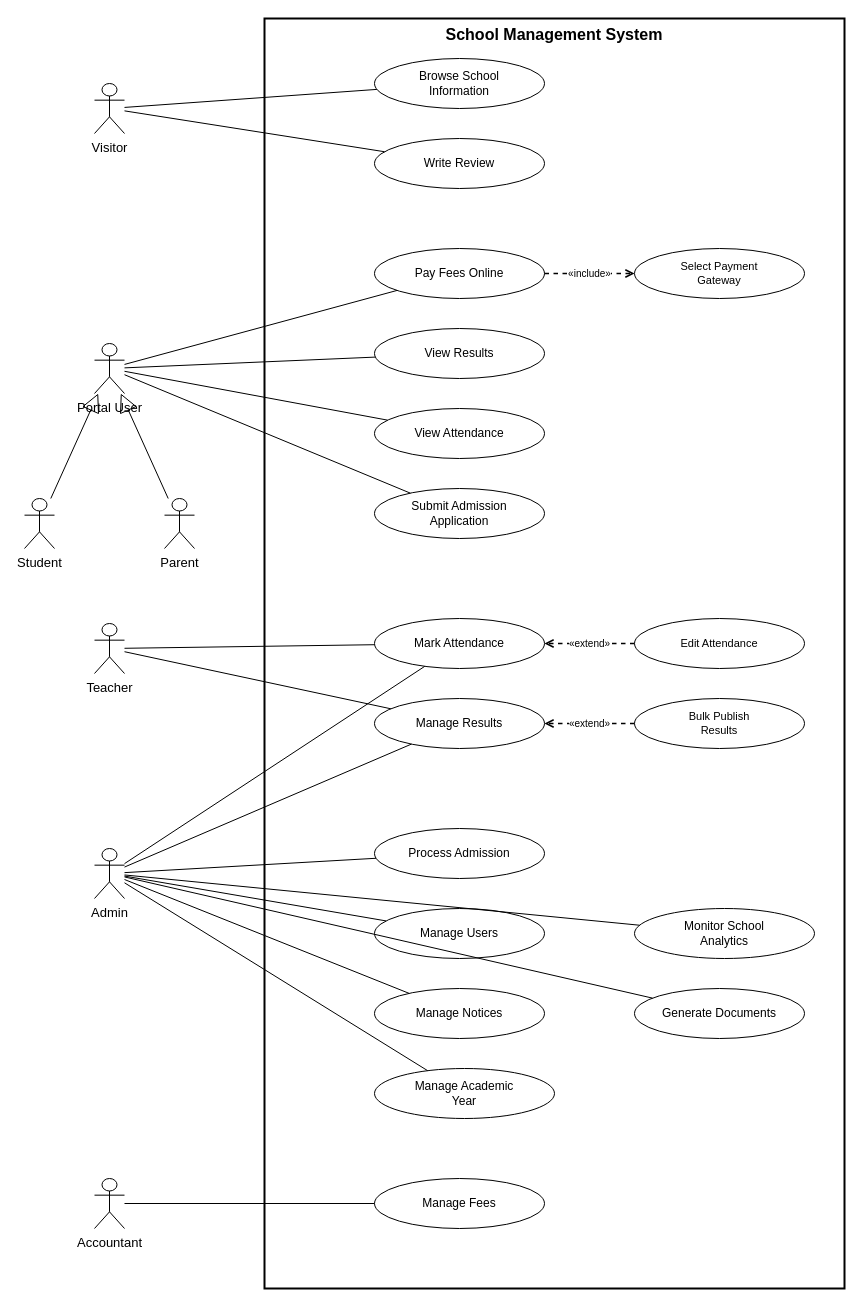
Above: design/use-case-diagram.drawio in blissed-out/cse_220_week_8 (draw.io), before the change. Source tidied: cells renumbered, new cells numbered last; positions are measured from the earlier drawing's top-left corner, leaving out a move shared by most shapes. Both pictures are drawn from the tidied source at 100%, with x=0, y=0 at pixel (24, 18).
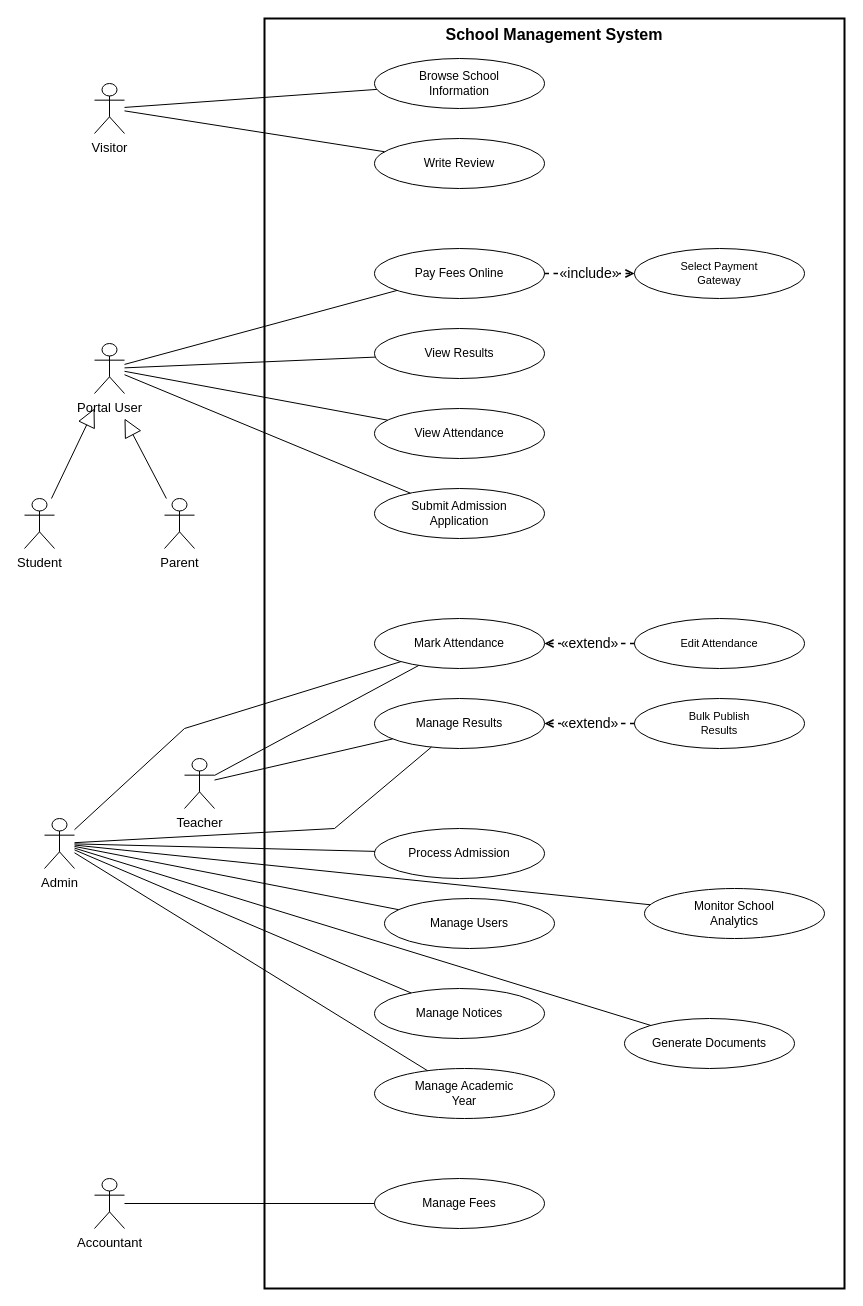
The same diagram, later.

Commit message:
fix: use case diagram addition of exclude include

Unchanged cells that the change refers to:
```xml
<mxCell id="4" value="Portal User" style="shape=umlActor;verticalLabelPosition=bottom;verticalAlign=top;html=1;outlineConnect=0;fontSize=13;strokeColor=#000000;fontColor=#000000;" parent="1" vertex="1">
  <mxGeometry x="70" y="325" width="30" height="50" as="geometry" />
</mxCell>
<mxCell id="5" value="Student" style="shape=umlActor;verticalLabelPosition=bottom;verticalAlign=top;html=1;outlineConnect=0;fontSize=13;strokeColor=#000000;fontColor=#000000;" parent="1" vertex="1">
  <mxGeometry y="480" width="30" height="50" as="geometry" />
</mxCell>
<mxCell id="6" value="Parent" style="shape=umlActor;verticalLabelPosition=bottom;verticalAlign=top;html=1;outlineConnect=0;fontSize=13;strokeColor=#000000;fontColor=#000000;" parent="1" vertex="1">
  <mxGeometry x="140" y="480" width="30" height="50" as="geometry" />
</mxCell>
<mxCell id="12" value="Pay Fees Online" style="ellipse;shape=ellipse;html=1;fillColor=#ffffff;strokeColor=#000000;fontSize=12;whiteSpace=wrap;fontColor=#000000;" parent="1" vertex="1">
  <mxGeometry x="350" y="230" width="170" height="50" as="geometry" />
</mxCell>
<mxCell id="16" value="Mark Attendance" style="ellipse;shape=ellipse;html=1;fillColor=#ffffff;strokeColor=#000000;fontSize=12;whiteSpace=wrap;fontColor=#000000;" parent="1" vertex="1">
  <mxGeometry x="350" y="600" width="170" height="50" as="geometry" />
</mxCell>
<mxCell id="17" value="Manage Results" style="ellipse;shape=ellipse;html=1;fillColor=#ffffff;strokeColor=#000000;fontSize=12;whiteSpace=wrap;fontColor=#000000;" parent="1" vertex="1">
  <mxGeometry x="350" y="680" width="170" height="50" as="geometry" />
</mxCell>
<mxCell id="25" value="Select Payment&#10;Gateway" style="ellipse;shape=ellipse;html=1;fillColor=#ffffff;strokeColor=#000000;fontSize=11;whiteSpace=wrap;fontColor=#000000;" parent="1" vertex="1">
  <mxGeometry x="610" y="230" width="170" height="50" as="geometry" />
</mxCell>
<mxCell id="26" value="Edit Attendance" style="ellipse;shape=ellipse;html=1;fillColor=#ffffff;strokeColor=#000000;fontSize=11;whiteSpace=wrap;fontColor=#000000;" parent="1" vertex="1">
  <mxGeometry x="610" y="600" width="170" height="50" as="geometry" />
</mxCell>
<mxCell id="27" value="Bulk Publish&#10;Results" style="ellipse;shape=ellipse;html=1;fillColor=#ffffff;strokeColor=#000000;fontSize=11;whiteSpace=wrap;fontColor=#000000;" parent="1" vertex="1">
  <mxGeometry x="610" y="680" width="170" height="50" as="geometry" />
</mxCell>
```

What changed in the source:
```diff
@@
     <mxCell id="7" value="Teacher" style="shape=umlActor;verticalLabelPosition=bottom;verticalAlign=top;html=1;outlineConnect=0;fontSize=13;strokeColor=#000000;fontColor=#000000;" parent="1" vertex="1">
-      <mxGeometry x="70" y="605" width="30" height="50" as="geometry" />
+      <mxGeometry x="160" y="740" width="30" height="50" as="geometry" />
     </mxCell>
     <mxCell id="8" value="Admin" style="shape=umlActor;verticalLabelPosition=bottom;verticalAlign=top;html=1;outlineConnect=0;fontSize=13;strokeColor=#000000;fontColor=#000000;" parent="1" vertex="1">
-      <mxGeometry x="70" y="830" width="30" height="50" as="geometry" />
+      <mxGeometry x="20" y="800" width="30" height="50" as="geometry" />
     </mxCell>
@@
     <mxCell id="19" value="Manage Users" style="ellipse;shape=ellipse;html=1;fillColor=#ffffff;strokeColor=#000000;fontSize=12;whiteSpace=wrap;fontColor=#000000;" parent="1" vertex="1">
-      <mxGeometry x="350" y="890" width="170" height="50" as="geometry" />
+      <mxGeometry x="360" y="880" width="170" height="50" as="geometry" />
     </mxCell>
@@
     <mxCell id="22" value="Monitor School&#10;Analytics" style="ellipse;shape=ellipse;html=1;fillColor=#ffffff;strokeColor=#000000;fontSize=12;whiteSpace=wrap;fontColor=#000000;" parent="1" vertex="1">
-      <mxGeometry x="610" y="890" width="180" height="50" as="geometry" />
+      <mxGeometry x="620" y="870" width="180" height="50" as="geometry" />
     </mxCell>
     <mxCell id="23" value="Generate Documents" style="ellipse;shape=ellipse;html=1;fillColor=#ffffff;strokeColor=#000000;fontSize=12;whiteSpace=wrap;fontColor=#000000;" parent="1" vertex="1">
-      <mxGeometry x="610" y="970" width="170" height="50" as="geometry" />
+      <mxGeometry x="600" y="1000" width="170" height="50" as="geometry" />
     </mxCell>
@@
-    <mxCell id="34" style="rounded=0;jettySize=auto;html=1;endArrow=block;endFill=0;endSize=16;strokeColor=#000000;" parent="1" edge="1" source="5" target="4">
-      <mxGeometry relative="1" as="geometry" />
+    <mxCell id="34" style="rounded=0;jettySize=auto;html=1;endArrow=block;endFill=0;endSize=16;strokeColor=#000000;" parent="1" edge="1" source="5">
+      <mxGeometry relative="1" as="geometry">
+        <mxPoint x="70" y="390" as="targetPoint" />
+      </mxGeometry>
     </mxCell>
-    <mxCell id="35" style="rounded=0;jettySize=auto;html=1;endArrow=block;endFill=0;endSize=16;strokeColor=#000000;" parent="1" edge="1" source="6" target="4">
-      <mxGeometry relative="1" as="geometry" />
+    <mxCell id="35" style="rounded=0;jettySize=auto;html=1;endArrow=block;endFill=0;endSize=16;strokeColor=#000000;" parent="1" edge="1" source="6">
+      <mxGeometry relative="1" as="geometry">
+        <mxPoint x="100" y="400" as="targetPoint" />
+      </mxGeometry>
     </mxCell>
@@
     <mxCell id="38" style="rounded=0;jettySize=auto;html=1;endArrow=none;endFill=0;strokeColor=#000000;" parent="1" edge="1" source="8" target="16">
-      <mxGeometry relative="1" as="geometry" />
+      <mxGeometry relative="1" as="geometry">
+        <Array as="points">
+          <mxPoint x="160" y="710" />
+        </Array>
+      </mxGeometry>
     </mxCell>
     <mxCell id="39" style="rounded=0;jettySize=auto;html=1;endArrow=none;endFill=0;strokeColor=#000000;" parent="1" edge="1" source="8" target="17">
-      <mxGeometry relative="1" as="geometry" />
+      <mxGeometry relative="1" as="geometry">
+        <Array as="points">
+          <mxPoint x="310" y="810" />
+        </Array>
+      </mxGeometry>
     </mxCell>
@@
-    <mxCell id="47" value="«include»" style="html=1;dashed=1;endArrow=open;endFill=0;strokeWidth=1.5;strokeColor=#000000;fontColor=#000000;fontSize=10;" parent="1" edge="1" source="12" target="25">
+    <mxCell id="47" value="&lt;font style=&quot;font-size: 14px;&quot;&gt;«include»&lt;/font&gt;" style="html=1;dashed=1;endArrow=open;endFill=0;strokeWidth=1.5;strokeColor=#000000;fontColor=#000000;fontSize=10;" parent="1" edge="1" source="12" target="25">
       <mxGeometry relative="1" as="geometry" />
     </mxCell>
-    <mxCell id="48" value="«extend»" style="html=1;dashed=1;endArrow=open;endFill=0;strokeWidth=1.5;strokeColor=#000000;fontColor=#000000;fontSize=10;" parent="1" edge="1" source="26" target="16">
+    <mxCell id="48" value="&lt;font style=&quot;font-size: 14px;&quot;&gt;«extend»&lt;/font&gt;" style="html=1;dashed=1;endArrow=open;endFill=0;strokeWidth=1.5;strokeColor=#000000;fontColor=#000000;fontSize=10;" parent="1" edge="1" source="26" target="16">
       <mxGeometry relative="1" as="geometry" />
     </mxCell>
-    <mxCell id="49" value="«extend»" style="html=1;dashed=1;endArrow=open;endFill=0;strokeWidth=1.5;strokeColor=#000000;fontColor=#000000;fontSize=10;" parent="1" edge="1" source="27" target="17">
+    <mxCell id="49" value="&lt;font style=&quot;font-size: 14px;&quot;&gt;«extend»&lt;/font&gt;" style="html=1;dashed=1;endArrow=open;endFill=0;strokeWidth=1.5;strokeColor=#000000;fontColor=#000000;fontSize=10;" parent="1" edge="1" source="27" target="17">
       <mxGeometry relative="1" as="geometry" />
     </mxCell>
```
